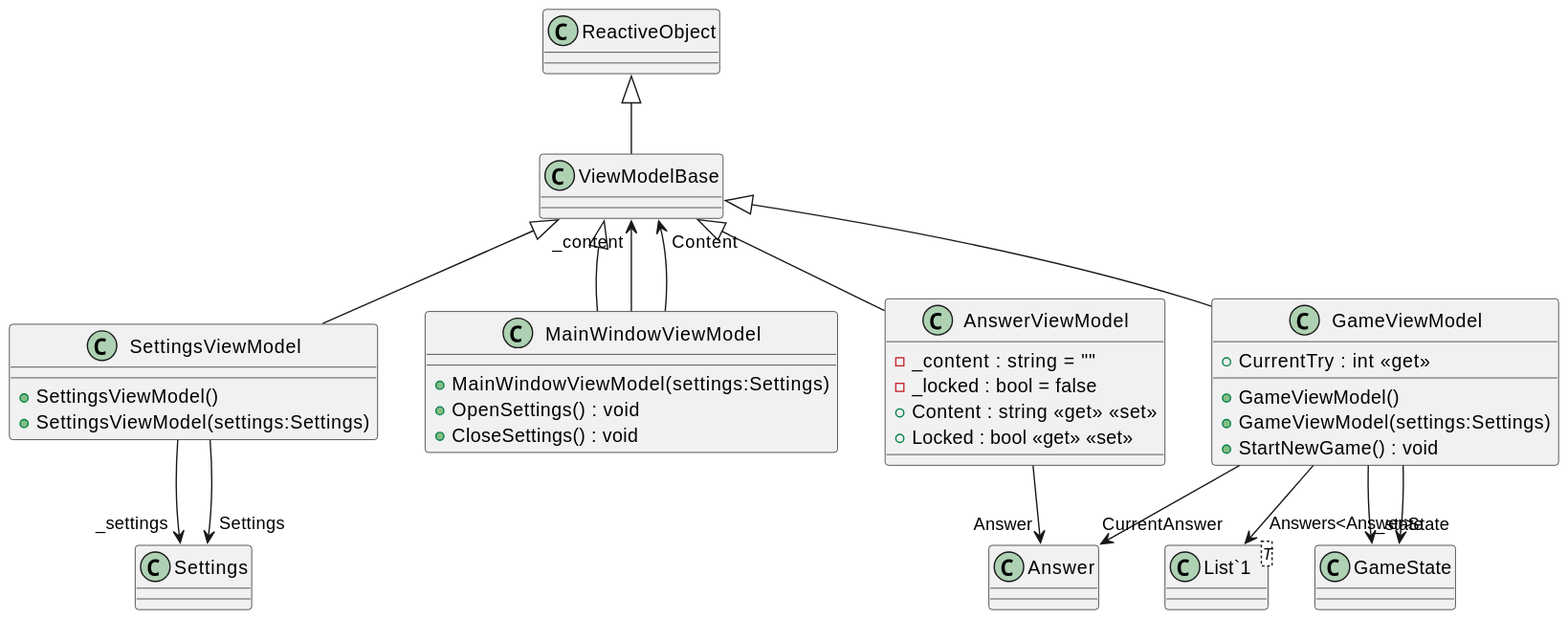
Before: PlantUML/ViewModels/include.svg, a diagram exported from PlantUML (Caellian/UNIRI_OP_project).
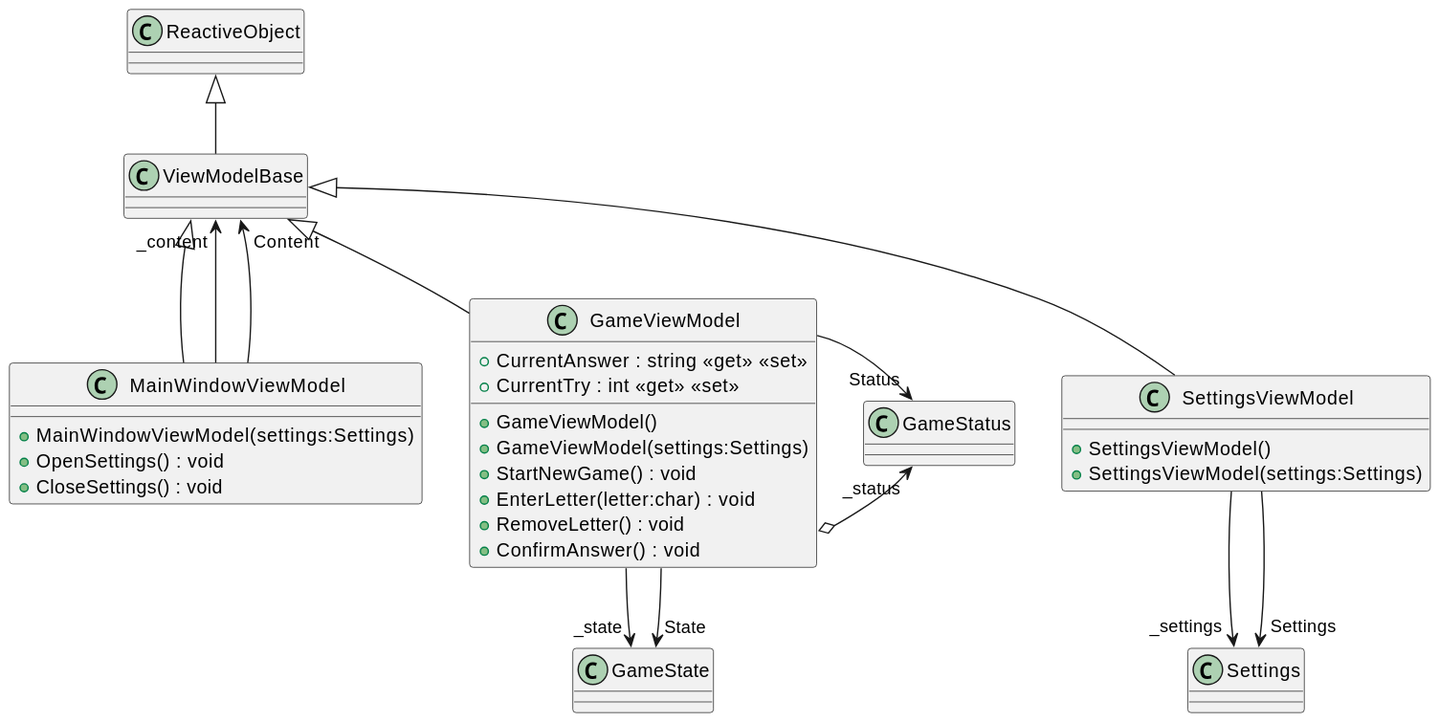
After the commit.

Change to the diagram source:
```diff
@@ -1,5 +1,4 @@
 @startuml
-!include ./AnswerViewModel.puml
 !include ./MainWindowViewModel.puml
 !include ./SettingsViewModel.puml
 !include ./GameViewModel.puml
```
